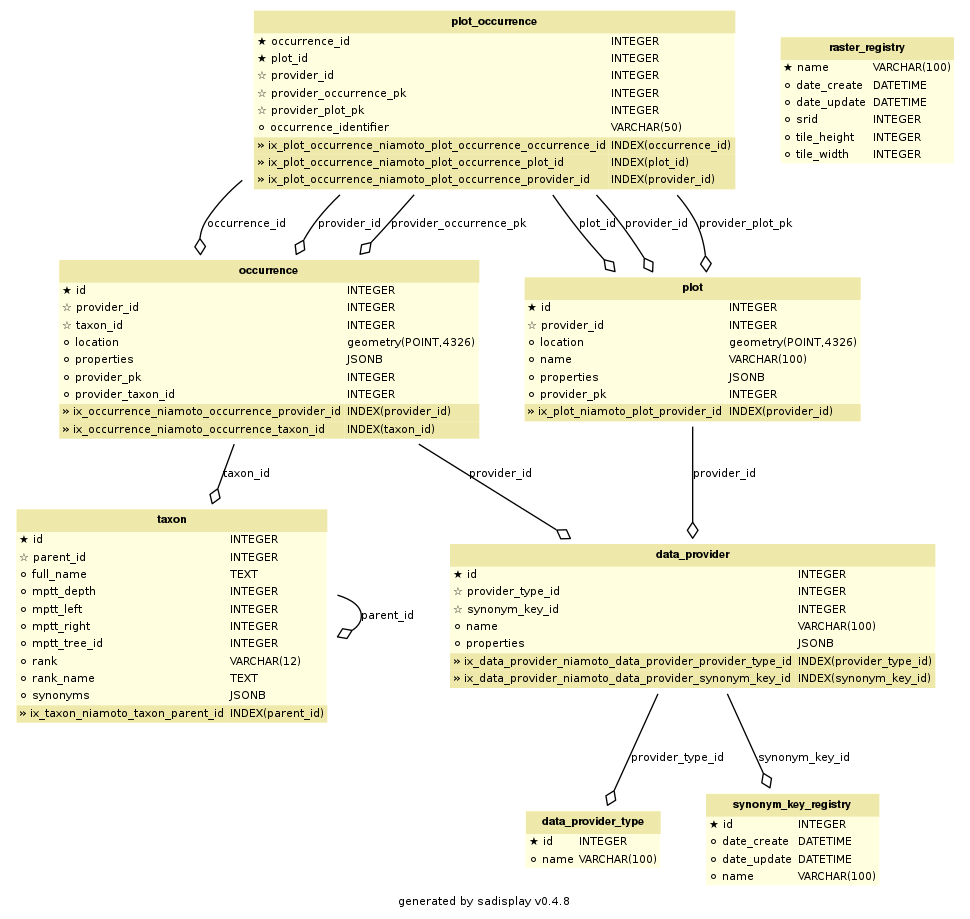
Earlier version of the Graphviz export docs/_static/db_schema.png (dimitri-justeau/niamoto-core). Its source is kept beside it as docs/_static/db_schema.dot. The source it was exported from:
```dot
        digraph G {
            label = "generated by sadisplay v0.4.8";
            fontname = "Bitstream Vera Sans"
            fontsize = 8

            node [
                fontname = "Bitstream Vera Sans"
                fontsize = 8
                shape = "plaintext"
            ]

            edge [
                fontname = "Bitstream Vera Sans"
                fontsize = 8
            ]


        data_provider [label=<
        <TABLE BGCOLOR="lightyellow" BORDER="0"
            CELLBORDER="0" CELLSPACING="0">
                <TR><TD COLSPAN="2" CELLPADDING="4"
                        ALIGN="CENTER" BGCOLOR="palegoldenrod"
                ><FONT FACE="Helvetica Bold" COLOR="black"
                >data_provider</FONT></TD></TR><TR><TD ALIGN="LEFT" BORDER="0"
        ><FONT FACE="Bitstream Vera Sans">★ id</FONT
        ></TD><TD ALIGN="LEFT"
        ><FONT FACE="Bitstream Vera Sans">INTEGER</FONT
        ></TD></TR> <TR><TD ALIGN="LEFT" BORDER="0"
        ><FONT FACE="Bitstream Vera Sans">☆ provider_type_id</FONT
        ></TD><TD ALIGN="LEFT"
        ><FONT FACE="Bitstream Vera Sans">INTEGER</FONT
        ></TD></TR> <TR><TD ALIGN="LEFT" BORDER="0"
        ><FONT FACE="Bitstream Vera Sans">☆ synonym_key_id</FONT
        ></TD><TD ALIGN="LEFT"
        ><FONT FACE="Bitstream Vera Sans">INTEGER</FONT
        ></TD></TR> <TR><TD ALIGN="LEFT" BORDER="0"
        ><FONT FACE="Bitstream Vera Sans">⚪ name</FONT
        ></TD><TD ALIGN="LEFT"
        ><FONT FACE="Bitstream Vera Sans">VARCHAR(100)</FONT
        ></TD></TR> <TR><TD ALIGN="LEFT" BORDER="0"
        ><FONT FACE="Bitstream Vera Sans">⚪ properties</FONT
        ></TD><TD ALIGN="LEFT"
        ><FONT FACE="Bitstream Vera Sans">JSONB</FONT
        ></TD></TR><TR><TD ALIGN="LEFT" BORDER="0"
        BGCOLOR="palegoldenrod"
        ><FONT FACE="Bitstream Vera Sans">» ix_data_provider_niamoto_data_provider_provider_type_id</FONT></TD
        ><TD BGCOLOR="palegoldenrod" ALIGN="LEFT"
        ><FONT FACE="Bitstream Vera Sans">INDEX(provider_type_id)</FONT
        ></TD></TR> <TR><TD ALIGN="LEFT" BORDER="0"
        BGCOLOR="palegoldenrod"
        ><FONT FACE="Bitstream Vera Sans">» ix_data_provider_niamoto_data_provider_synonym_key_id</FONT></TD
        ><TD BGCOLOR="palegoldenrod" ALIGN="LEFT"
        ><FONT FACE="Bitstream Vera Sans">INDEX(synonym_key_id)</FONT
        ></TD></TR>
        </TABLE>
    >]


        data_provider_type [label=<
        <TABLE BGCOLOR="lightyellow" BORDER="0"
            CELLBORDER="0" CELLSPACING="0">
                <TR><TD COLSPAN="2" CELLPADDING="4"
                        ALIGN="CENTER" BGCOLOR="palegoldenrod"
                ><FONT FACE="Helvetica Bold" COLOR="black"
                >data_provider_type</FONT></TD></TR><TR><TD ALIGN="LEFT" BORDER="0"
        ><FONT FACE="Bitstream Vera Sans">★ id</FONT
        ></TD><TD ALIGN="LEFT"
        ><FONT FACE="Bitstream Vera Sans">INTEGER</FONT
        ></TD></TR> <TR><TD ALIGN="LEFT" BORDER="0"
        ><FONT FACE="Bitstream Vera Sans">⚪ name</FONT
        ></TD><TD ALIGN="LEFT"
        ><FONT FACE="Bitstream Vera Sans">VARCHAR(100)</FONT
        ></TD></TR>
        </TABLE>
    >]


        occurrence [label=<
        <TABLE BGCOLOR="lightyellow" BORDER="0"
            CELLBORDER="0" CELLSPACING="0">
                <TR><TD COLSPAN="2" CELLPADDING="4"
                        ALIGN="CENTER" BGCOLOR="palegoldenrod"
                ><FONT FACE="Helvetica Bold" COLOR="black"
                >occurrence</FONT></TD></TR><TR><TD ALIGN="LEFT" BORDER="0"
        ><FONT FACE="Bitstream Vera Sans">★ id</FONT
        ></TD><TD ALIGN="LEFT"
        ><FONT FACE="Bitstream Vera Sans">INTEGER</FONT
        ></TD></TR> <TR><TD ALIGN="LEFT" BORDER="0"
        ><FONT FACE="Bitstream Vera Sans">☆ provider_id</FONT
        ></TD><TD ALIGN="LEFT"
        ><FONT FACE="Bitstream Vera Sans">INTEGER</FONT
        ></TD></TR> <TR><TD ALIGN="LEFT" BORDER="0"
        ><FONT FACE="Bitstream Vera Sans">☆ taxon_id</FONT
        ></TD><TD ALIGN="LEFT"
        ><FONT FACE="Bitstream Vera Sans">INTEGER</FONT
        ></TD></TR> <TR><TD ALIGN="LEFT" BORDER="0"
        ><FONT FACE="Bitstream Vera Sans">⚪ location</FONT
        ></TD><TD ALIGN="LEFT"
        ><FONT FACE="Bitstream Vera Sans">geometry(POINT,4326)</FONT
        ></TD></TR> <TR><TD ALIGN="LEFT" BORDER="0"
        ><FONT FACE="Bitstream Vera Sans">⚪ properties</FONT
        ></TD><TD ALIGN="LEFT"
        ><FONT FACE="Bitstream Vera Sans">JSONB</FONT
        ></TD></TR> <TR><TD ALIGN="LEFT" BORDER="0"
        ><FONT FACE="Bitstream Vera Sans">⚪ provider_pk</FONT
        ></TD><TD ALIGN="LEFT"
        ><FONT FACE="Bitstream Vera Sans">INTEGER</FONT
        ></TD></TR> <TR><TD ALIGN="LEFT" BORDER="0"
        ><FONT FACE="Bitstream Vera Sans">⚪ provider_taxon_id</FONT
        ></TD><TD ALIGN="LEFT"
        ><FONT FACE="Bitstream Vera Sans">INTEGER</FONT
        ></TD></TR><TR><TD ALIGN="LEFT" BORDER="0"
        BGCOLOR="palegoldenrod"
        ><FONT FACE="Bitstream Vera Sans">» ix_occurrence_niamoto_occurrence_provider_id</FONT></TD
        ><TD BGCOLOR="palegoldenrod" ALIGN="LEFT"
        ><FONT FACE="Bitstream Vera Sans">INDEX(provider_id)</FONT
        ></TD></TR> <TR><TD ALIGN="LEFT" BORDER="0"
        BGCOLOR="palegoldenrod"
        ><FONT FACE="Bitstream Vera Sans">» ix_occurrence_niamoto_occurrence_taxon_id</FONT></TD
        ><TD BGCOLOR="palegoldenrod" ALIGN="LEFT"
        ><FONT FACE="Bitstream Vera Sans">INDEX(taxon_id)</FONT
        ></TD></TR>
        </TABLE>
    >]


        plot [label=<
        <TABLE BGCOLOR="lightyellow" BORDER="0"
            CELLBORDER="0" CELLSPACING="0">
                <TR><TD COLSPAN="2" CELLPADDING="4"
                        ALIGN="CENTER" BGCOLOR="palegoldenrod"
                ><FONT FACE="Helvetica Bold" COLOR="black"
                >plot</FONT></TD></TR><TR><TD ALIGN="LEFT" BORDER="0"
        ><FONT FACE="Bitstream Vera Sans">★ id</FONT
        ></TD><TD ALIGN="LEFT"
        ><FONT FACE="Bitstream Vera Sans">INTEGER</FONT
        ></TD></TR> <TR><TD ALIGN="LEFT" BORDER="0"
        ><FONT FACE="Bitstream Vera Sans">☆ provider_id</FONT
        ></TD><TD ALIGN="LEFT"
        ><FONT FACE="Bitstream Vera Sans">INTEGER</FONT
        ></TD></TR> <TR><TD ALIGN="LEFT" BORDER="0"
        ><FONT FACE="Bitstream Vera Sans">⚪ location</FONT
        ></TD><TD ALIGN="LEFT"
        ><FONT FACE="Bitstream Vera Sans">geometry(POINT,4326)</FONT
        ></TD></TR> <TR><TD ALIGN="LEFT" BORDER="0"
        ><FONT FACE="Bitstream Vera Sans">⚪ name</FONT
        ></TD><TD ALIGN="LEFT"
        ><FONT FACE="Bitstream Vera Sans">VARCHAR(100)</FONT
        ></TD></TR> <TR><TD ALIGN="LEFT" BORDER="0"
        ><FONT FACE="Bitstream Vera Sans">⚪ properties</FONT
        ></TD><TD ALIGN="LEFT"
        ><FONT FACE="Bitstream Vera Sans">JSONB</FONT
        ></TD></TR> <TR><TD ALIGN="LEFT" BORDER="0"
        ><FONT FACE="Bitstream Vera Sans">⚪ provider_pk</FONT
        ></TD><TD ALIGN="LEFT"
        ><FONT FACE="Bitstream Vera Sans">INTEGER</FONT
        ></TD></TR><TR><TD ALIGN="LEFT" BORDER="0"
        BGCOLOR="palegoldenrod"
        ><FONT FACE="Bitstream Vera Sans">» ix_plot_niamoto_plot_provider_id</FONT></TD
        ><TD BGCOLOR="palegoldenrod" ALIGN="LEFT"
        ><FONT FACE="Bitstream Vera Sans">INDEX(provider_id)</FONT
        ></TD></TR>
        </TABLE>
    >]


        plot_occurrence [label=<
        <TABLE BGCOLOR="lightyellow" BORDER="0"
            CELLBORDER="0" CELLSPACING="0">
                <TR><TD COLSPAN="2" CELLPADDING="4"
                        ALIGN="CENTER" BGCOLOR="palegoldenrod"
                ><FONT FACE="Helvetica Bold" COLOR="black"
                >plot_occurrence</FONT></TD></TR><TR><TD ALIGN="LEFT" BORDER="0"
        ><FONT FACE="Bitstream Vera Sans">★ occurrence_id</FONT
        ></TD><TD ALIGN="LEFT"
        ><FONT FACE="Bitstream Vera Sans">INTEGER</FONT
        ></TD></TR> <TR><TD ALIGN="LEFT" BORDER="0"
        ><FONT FACE="Bitstream Vera Sans">★ plot_id</FONT
        ></TD><TD ALIGN="LEFT"
        ><FONT FACE="Bitstream Vera Sans">INTEGER</FONT
        ></TD></TR> <TR><TD ALIGN="LEFT" BORDER="0"
        ><FONT FACE="Bitstream Vera Sans">☆ provider_id</FONT
        ></TD><TD ALIGN="LEFT"
        ><FONT FACE="Bitstream Vera Sans">INTEGER</FONT
        ></TD></TR> <TR><TD ALIGN="LEFT" BORDER="0"
        ><FONT FACE="Bitstream Vera Sans">☆ provider_occurrence_pk</FONT
        ></TD><TD ALIGN="LEFT"
        ><FONT FACE="Bitstream Vera Sans">INTEGER</FONT
        ></TD></TR> <TR><TD ALIGN="LEFT" BORDER="0"
        ><FONT FACE="Bitstream Vera Sans">☆ provider_plot_pk</FONT
        ></TD><TD ALIGN="LEFT"
        ><FONT FACE="Bitstream Vera Sans">INTEGER</FONT
        ></TD></TR> <TR><TD ALIGN="LEFT" BORDER="0"
        ><FONT FACE="Bitstream Vera Sans">⚪ occurrence_identifier</FONT
        ></TD><TD ALIGN="LEFT"
        ><FONT FACE="Bitstream Vera Sans">VARCHAR(50)</FONT
        ></TD></TR><TR><TD ALIGN="LEFT" BORDER="0"
        BGCOLOR="palegoldenrod"
        ><FONT FACE="Bitstream Vera Sans">» ix_plot_occurrence_niamoto_plot_occurrence_occurrence_id</FONT></TD
        ><TD BGCOLOR="palegoldenrod" ALIGN="LEFT"
        ><FONT FACE="Bitstream Vera Sans">INDEX(occurrence_id)</FONT
        ></TD></TR> <TR><TD ALIGN="LEFT" BORDER="0"
        BGCOLOR="palegoldenrod"
        ><FONT FACE="Bitstream Vera Sans">» ix_plot_occurrence_niamoto_plot_occurrence_plot_id</FONT></TD
        ><TD BGCOLOR="palegoldenrod" ALIGN="LEFT"
        ><FONT FACE="Bitstream Vera Sans">INDEX(plot_id)</FONT
        ></TD></TR> <TR><TD ALIGN="LEFT" BORDER="0"
        BGCOLOR="palegoldenrod"
        ><FONT FACE="Bitstream Vera Sans">» ix_plot_occurrence_niamoto_plot_occurrence_provider_id</FONT></TD
        ><TD BGCOLOR="palegoldenrod" ALIGN="LEFT"
        ><FONT FACE="Bitstream Vera Sans">INDEX(provider_id)</FONT
        ></TD></TR>
        </TABLE>
    >]


        raster_registry [label=<
        <TABLE BGCOLOR="lightyellow" BORDER="0"
            CELLBORDER="0" CELLSPACING="0">
                <TR><TD COLSPAN="2" CELLPADDING="4"
                        ALIGN="CENTER" BGCOLOR="palegoldenrod"
                ><FONT FACE="Helvetica Bold" COLOR="black"
                >raster_registry</FONT></TD></TR><TR><TD ALIGN="LEFT" BORDER="0"
        ><FONT FACE="Bitstream Vera Sans">★ name</FONT
        ></TD><TD ALIGN="LEFT"
        ><FONT FACE="Bitstream Vera Sans">VARCHAR(100)</FONT
        ></TD></TR> <TR><TD ALIGN="LEFT" BORDER="0"
        ><FONT FACE="Bitstream Vera Sans">⚪ date_create</FONT
        ></TD><TD ALIGN="LEFT"
        ><FONT FACE="Bitstream Vera Sans">DATETIME</FONT
        ></TD></TR> <TR><TD ALIGN="LEFT" BORDER="0"
        ><FONT FACE="Bitstream Vera Sans">⚪ date_update</FONT
        ></TD><TD ALIGN="LEFT"
        ><FONT FACE="Bitstream Vera Sans">DATETIME</FONT
        ></TD></TR> <TR><TD ALIGN="LEFT" BORDER="0"
        ><FONT FACE="Bitstream Vera Sans">⚪ srid</FONT
        ></TD><TD ALIGN="LEFT"
        ><FONT FACE="Bitstream Vera Sans">INTEGER</FONT
        ></TD></TR> <TR><TD ALIGN="LEFT" BORDER="0"
        ><FONT FACE="Bitstream Vera Sans">⚪ tile_height</FONT
        ></TD><TD ALIGN="LEFT"
        ><FONT FACE="Bitstream Vera Sans">INTEGER</FONT
        ></TD></TR> <TR><TD ALIGN="LEFT" BORDER="0"
        ><FONT FACE="Bitstream Vera Sans">⚪ tile_width</FONT
        ></TD><TD ALIGN="LEFT"
        ><FONT FACE="Bitstream Vera Sans">INTEGER</FONT
        ></TD></TR>
        </TABLE>
    >]


        synonym_key_registry [label=<
        <TABLE BGCOLOR="lightyellow" BORDER="0"
            CELLBORDER="0" CELLSPACING="0">
                <TR><TD COLSPAN="2" CELLPADDING="4"
                        ALIGN="CENTER" BGCOLOR="palegoldenrod"
                ><FONT FACE="Helvetica Bold" COLOR="black"
                >synonym_key_registry</FONT></TD></TR><TR><TD ALIGN="LEFT" BORDER="0"
        ><FONT FACE="Bitstream Vera Sans">★ id</FONT
        ></TD><TD ALIGN="LEFT"
        ><FONT FACE="Bitstream Vera Sans">INTEGER</FONT
        ></TD></TR> <TR><TD ALIGN="LEFT" BORDER="0"
        ><FONT FACE="Bitstream Vera Sans">⚪ date_create</FONT
        ></TD><TD ALIGN="LEFT"
        ><FONT FACE="Bitstream Vera Sans">DATETIME</FONT
        ></TD></TR> <TR><TD ALIGN="LEFT" BORDER="0"
        ><FONT FACE="Bitstream Vera Sans">⚪ date_update</FONT
        ></TD><TD ALIGN="LEFT"
        ><FONT FACE="Bitstream Vera Sans">DATETIME</FONT
        ></TD></TR> <TR><TD ALIGN="LEFT" BORDER="0"
        ><FONT FACE="Bitstream Vera Sans">⚪ name</FONT
        ></TD><TD ALIGN="LEFT"
        ><FONT FACE="Bitstream Vera Sans">VARCHAR(100)</FONT
        ></TD></TR>
        </TABLE>
    >]


        taxon [label=<
        <TABLE BGCOLOR="lightyellow" BORDER="0"
            CELLBORDER="0" CELLSPACING="0">
                <TR><TD COLSPAN="2" CELLPADDING="4"
                        ALIGN="CENTER" BGCOLOR="palegoldenrod"
                ><FONT FACE="Helvetica Bold" COLOR="black"
                >taxon</FONT></TD></TR><TR><TD ALIGN="LEFT" BORDER="0"
        ><FONT FACE="Bitstream Vera Sans">★ id</FONT
        ></TD><TD ALIGN="LEFT"
        ><FONT FACE="Bitstream Vera Sans">INTEGER</FONT
        ></TD></TR> <TR><TD ALIGN="LEFT" BORDER="0"
        ><FONT FACE="Bitstream Vera Sans">☆ parent_id</FONT
        ></TD><TD ALIGN="LEFT"
        ><FONT FACE="Bitstream Vera Sans">INTEGER</FONT
        ></TD></TR> <TR><TD ALIGN="LEFT" BORDER="0"
        ><FONT FACE="Bitstream Vera Sans">⚪ full_name</FONT
        ></TD><TD ALIGN="LEFT"
        ><FONT FACE="Bitstream Vera Sans">TEXT</FONT
        ></TD></TR> <TR><TD ALIGN="LEFT" BORDER="0"
        ><FONT FACE="Bitstream Vera Sans">⚪ mptt_depth</FONT
        ></TD><TD ALIGN="LEFT"
        ><FONT FACE="Bitstream Vera Sans">INTEGER</FONT
        ></TD></TR> <TR><TD ALIGN="LEFT" BORDER="0"
        ><FONT FACE="Bitstream Vera Sans">⚪ mptt_left</FONT
        ></TD><TD ALIGN="LEFT"
        ><FONT FACE="Bitstream Vera Sans">INTEGER</FONT
        ></TD></TR> <TR><TD ALIGN="LEFT" BORDER="0"
        ><FONT FACE="Bitstream Vera Sans">⚪ mptt_right</FONT
        ></TD><TD ALIGN="LEFT"
        ><FONT FACE="Bitstream Vera Sans">INTEGER</FONT
        ></TD></TR> <TR><TD ALIGN="LEFT" BORDER="0"
        ><FONT FACE="Bitstream Vera Sans">⚪ mptt_tree_id</FONT
        ></TD><TD ALIGN="LEFT"
        ><FONT FACE="Bitstream Vera Sans">INTEGER</FONT
        ></TD></TR> <TR><TD ALIGN="LEFT" BORDER="0"
        ><FONT FACE="Bitstream Vera Sans">⚪ rank</FONT
        ></TD><TD ALIGN="LEFT"
        ><FONT FACE="Bitstream Vera Sans">VARCHAR(12)</FONT
        ></TD></TR> <TR><TD ALIGN="LEFT" BORDER="0"
        ><FONT FACE="Bitstream Vera Sans">⚪ rank_name</FONT
        ></TD><TD ALIGN="LEFT"
        ><FONT FACE="Bitstream Vera Sans">TEXT</FONT
        ></TD></TR> <TR><TD ALIGN="LEFT" BORDER="0"
        ><FONT FACE="Bitstream Vera Sans">⚪ synonyms</FONT
        ></TD><TD ALIGN="LEFT"
        ><FONT FACE="Bitstream Vera Sans">JSONB</FONT
        ></TD></TR><TR><TD ALIGN="LEFT" BORDER="0"
        BGCOLOR="palegoldenrod"
        ><FONT FACE="Bitstream Vera Sans">» ix_taxon_niamoto_taxon_parent_id</FONT></TD
        ><TD BGCOLOR="palegoldenrod" ALIGN="LEFT"
        ><FONT FACE="Bitstream Vera Sans">INDEX(parent_id)</FONT
        ></TD></TR>
        </TABLE>
    >]

	edge [
		arrowhead = empty
	]
	edge [
		arrowhead = ediamond
		arrowtail = open
	]
	"data_provider" -> "data_provider_type" [label = "provider_type_id"]
	"data_provider" -> "synonym_key_registry" [label = "synonym_key_id"]
	"occurrence" -> "data_provider" [label = "provider_id"]
	"occurrence" -> "taxon" [label = "taxon_id"]
	"plot" -> "data_provider" [label = "provider_id"]
	"plot_occurrence" -> "plot" [label = "plot_id"]
	"plot_occurrence" -> "occurrence" [label = "occurrence_id"]
	"plot_occurrence" -> "occurrence" [label = "provider_id"]
	"plot_occurrence" -> "plot" [label = "provider_id"]
	"plot_occurrence" -> "plot" [label = "provider_plot_pk"]
	"plot_occurrence" -> "occurrence" [label = "provider_occurrence_pk"]
	"taxon" -> "taxon" [label = "parent_id"]
}
```
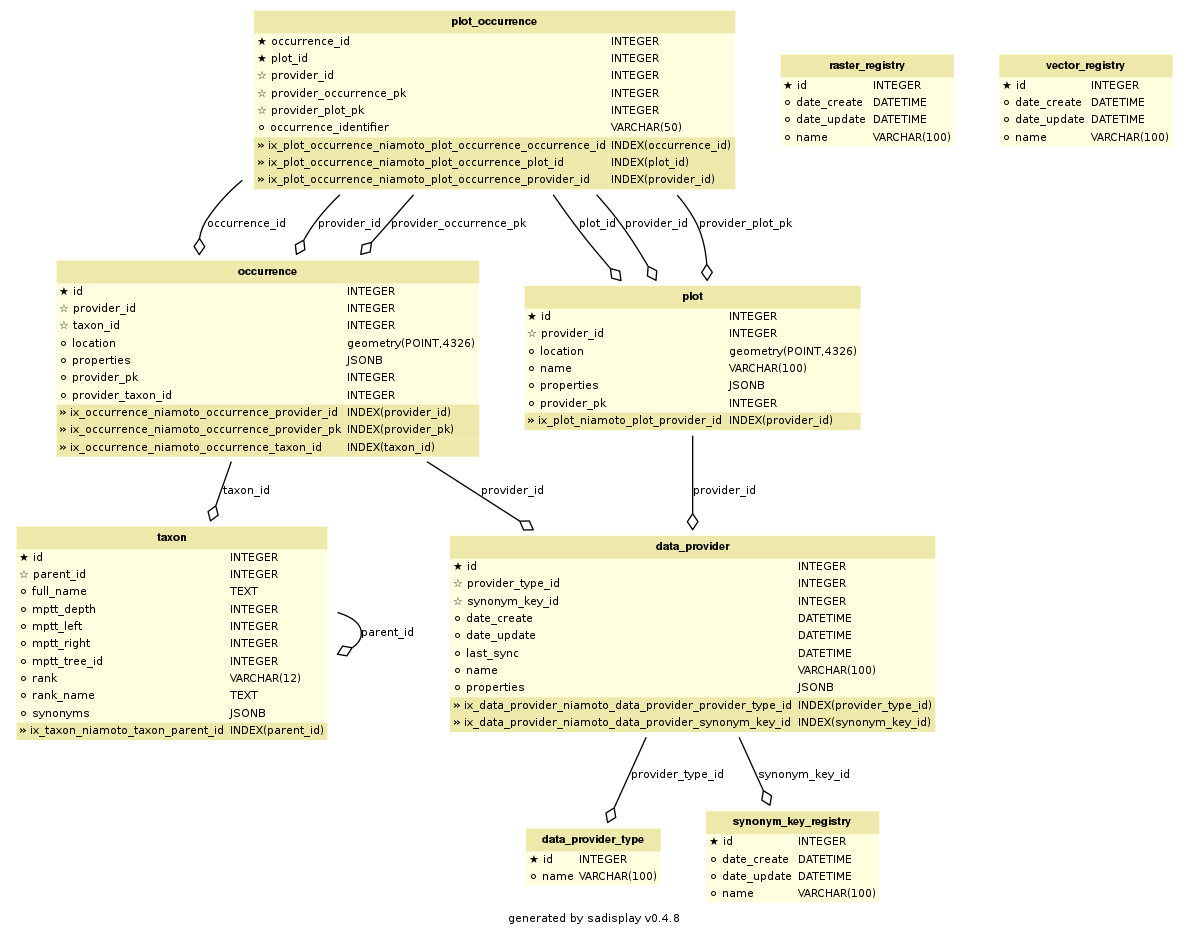
The same diagram one commit later.

Change to the diagram source:
```diff
@@ -33,6 +33,18 @@
         ><FONT FACE="Bitstream Vera Sans">☆ synonym_key_id</FONT
         ></TD><TD ALIGN="LEFT"
         ><FONT FACE="Bitstream Vera Sans">INTEGER</FONT
+        ></TD></TR> <TR><TD ALIGN="LEFT" BORDER="0"
+        ><FONT FACE="Bitstream Vera Sans">⚪ date_create</FONT
+        ></TD><TD ALIGN="LEFT"
+        ><FONT FACE="Bitstream Vera Sans">DATETIME</FONT
+        ></TD></TR> <TR><TD ALIGN="LEFT" BORDER="0"
+        ><FONT FACE="Bitstream Vera Sans">⚪ date_update</FONT
+        ></TD><TD ALIGN="LEFT"
+        ><FONT FACE="Bitstream Vera Sans">DATETIME</FONT
+        ></TD></TR> <TR><TD ALIGN="LEFT" BORDER="0"
+        ><FONT FACE="Bitstream Vera Sans">⚪ last_sync</FONT
+        ></TD><TD ALIGN="LEFT"
+        ><FONT FACE="Bitstream Vera Sans">DATETIME</FONT
         ></TD></TR> <TR><TD ALIGN="LEFT" BORDER="0"
         ><FONT FACE="Bitstream Vera Sans">⚪ name</FONT
         ></TD><TD ALIGN="LEFT"
@@ -114,6 +126,11 @@
         ><FONT FACE="Bitstream Vera Sans">» ix_occurrence_niamoto_occurrence_provider_id</FONT></TD
         ><TD BGCOLOR="palegoldenrod" ALIGN="LEFT"
         ><FONT FACE="Bitstream Vera Sans">INDEX(provider_id)</FONT
+        ></TD></TR> <TR><TD ALIGN="LEFT" BORDER="0"
+        BGCOLOR="palegoldenrod"
+        ><FONT FACE="Bitstream Vera Sans">» ix_occurrence_niamoto_occurrence_provider_pk</FONT></TD
+        ><TD BGCOLOR="palegoldenrod" ALIGN="LEFT"
+        ><FONT FACE="Bitstream Vera Sans">INDEX(provider_pk)</FONT
         ></TD></TR> <TR><TD ALIGN="LEFT" BORDER="0"
         BGCOLOR="palegoldenrod"
         ><FONT FACE="Bitstream Vera Sans">» ix_occurrence_niamoto_occurrence_taxon_id</FONT></TD
@@ -221,9 +238,9 @@
                         ALIGN="CENTER" BGCOLOR="palegoldenrod"
                 ><FONT FACE="Helvetica Bold" COLOR="black"
                 >raster_registry</FONT></TD></TR><TR><TD ALIGN="LEFT" BORDER="0"
-        ><FONT FACE="Bitstream Vera Sans">★ name</FONT
+        ><FONT FACE="Bitstream Vera Sans">★ id</FONT
         ></TD><TD ALIGN="LEFT"
-        ><FONT FACE="Bitstream Vera Sans">VARCHAR(100)</FONT
+        ><FONT FACE="Bitstream Vera Sans">INTEGER</FONT
         ></TD></TR> <TR><TD ALIGN="LEFT" BORDER="0"
         ><FONT FACE="Bitstream Vera Sans">⚪ date_create</FONT
         ></TD><TD ALIGN="LEFT"
@@ -233,17 +250,9 @@
         ></TD><TD ALIGN="LEFT"
         ><FONT FACE="Bitstream Vera Sans">DATETIME</FONT
         ></TD></TR> <TR><TD ALIGN="LEFT" BORDER="0"
-        ><FONT FACE="Bitstream Vera Sans">⚪ srid</FONT
+        ><FONT FACE="Bitstream Vera Sans">⚪ name</FONT
         ></TD><TD ALIGN="LEFT"
-        ><FONT FACE="Bitstream Vera Sans">INTEGER</FONT
-        ></TD></TR> <TR><TD ALIGN="LEFT" BORDER="0"
-        ><FONT FACE="Bitstream Vera Sans">⚪ tile_height</FONT
-        ></TD><TD ALIGN="LEFT"
-        ><FONT FACE="Bitstream Vera Sans">INTEGER</FONT
-        ></TD></TR> <TR><TD ALIGN="LEFT" BORDER="0"
-        ><FONT FACE="Bitstream Vera Sans">⚪ tile_width</FONT
-        ></TD><TD ALIGN="LEFT"
-        ><FONT FACE="Bitstream Vera Sans">INTEGER</FONT
+        ><FONT FACE="Bitstream Vera Sans">VARCHAR(100)</FONT
         ></TD></TR>
         </TABLE>
     >]
@@ -331,6 +340,33 @@
         </TABLE>
     >]
 
+
+        vector_registry [label=<
+        <TABLE BGCOLOR="lightyellow" BORDER="0"
+            CELLBORDER="0" CELLSPACING="0">
+                <TR><TD COLSPAN="2" CELLPADDING="4"
+                        ALIGN="CENTER" BGCOLOR="palegoldenrod"
+                ><FONT FACE="Helvetica Bold" COLOR="black"
+                >vector_registry</FONT></TD></TR><TR><TD ALIGN="LEFT" BORDER="0"
+        ><FONT FACE="Bitstream Vera Sans">★ id</FONT
+        ></TD><TD ALIGN="LEFT"
+        ><FONT FACE="Bitstream Vera Sans">INTEGER</FONT
+        ></TD></TR> <TR><TD ALIGN="LEFT" BORDER="0"
+        ><FONT FACE="Bitstream Vera Sans">⚪ date_create</FONT
+        ></TD><TD ALIGN="LEFT"
+        ><FONT FACE="Bitstream Vera Sans">DATETIME</FONT
+        ></TD></TR> <TR><TD ALIGN="LEFT" BORDER="0"
+        ><FONT FACE="Bitstream Vera Sans">⚪ date_update</FONT
+        ></TD><TD ALIGN="LEFT"
+        ><FONT FACE="Bitstream Vera Sans">DATETIME</FONT
+        ></TD></TR> <TR><TD ALIGN="LEFT" BORDER="0"
+        ><FONT FACE="Bitstream Vera Sans">⚪ name</FONT
+        ></TD><TD ALIGN="LEFT"
+        ><FONT FACE="Bitstream Vera Sans">VARCHAR(100)</FONT
+        ></TD></TR>
+        </TABLE>
+    >]
+
 	edge [
 		arrowhead = empty
 	]
@@ -345,8 +381,8 @@
 	"plot" -> "data_provider" [label = "provider_id"]
 	"plot_occurrence" -> "plot" [label = "plot_id"]
 	"plot_occurrence" -> "occurrence" [label = "occurrence_id"]
+	"plot_occurrence" -> "plot" [label = "provider_id"]
 	"plot_occurrence" -> "occurrence" [label = "provider_id"]
-	"plot_occurrence" -> "plot" [label = "provider_id"]
 	"plot_occurrence" -> "plot" [label = "provider_plot_pk"]
 	"plot_occurrence" -> "occurrence" [label = "provider_occurrence_pk"]
 	"taxon" -> "taxon" [label = "parent_id"]
```
